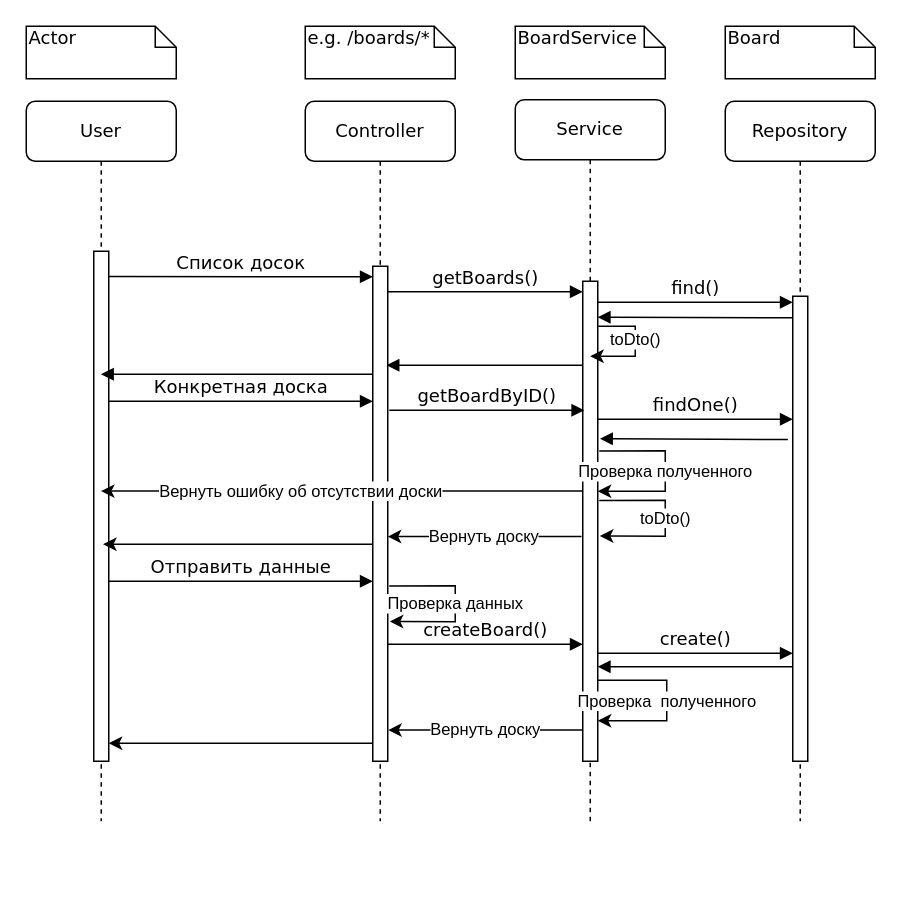
The draw.io diagram sequence.drawio in StanEkso/kanban-projecting, before the edit. Source tidied: cells renumbered, new cells numbered last; positions are measured from the earlier drawing's top-left corner, leaving out a move shared by most shapes. Both pictures are drawn from the tidied source at 150%, with x=0, y=0 at pixel (26, 26).
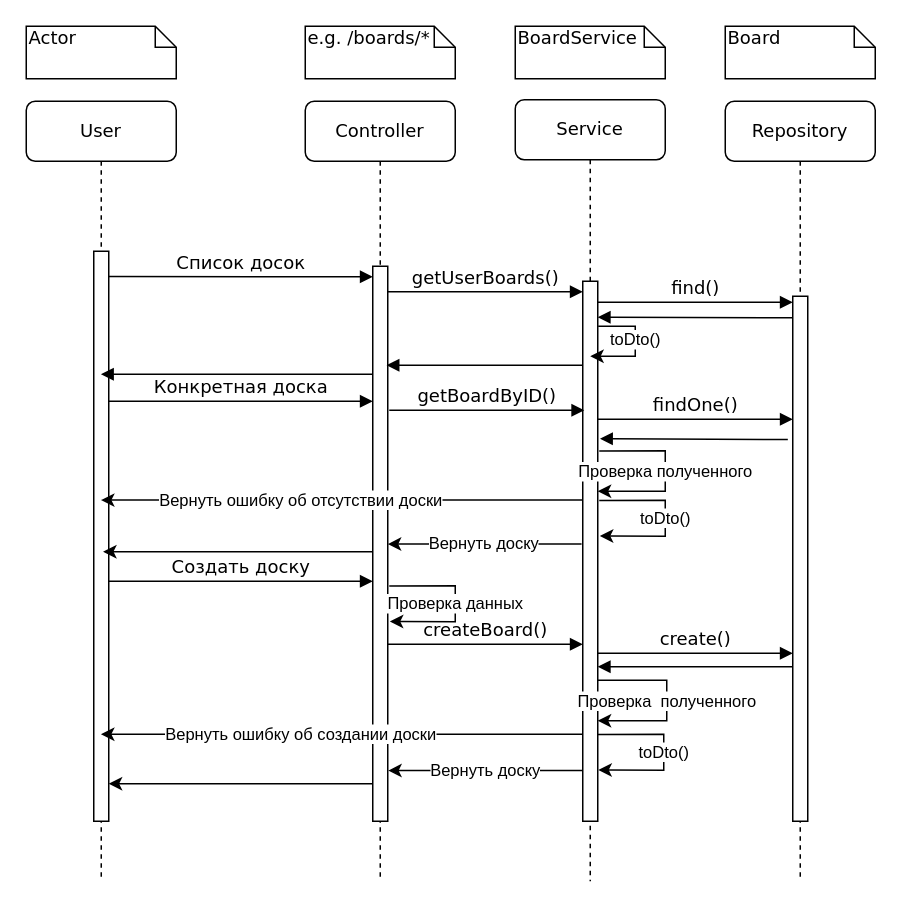
Above is the later version.

Commit message:
fix: timelines & etc.

The edit, as a diff of the source:
```diff
@@
     <mxCell id="2" value="Controller" style="shape=umlLifeline;perimeter=lifelinePerimeter;whiteSpace=wrap;html=1;rounded=1;shadow=0;comic=0;labelBackgroundColor=none;strokeWidth=1;fontFamily=Verdana;fontSize=12;align=center;" parent="1" vertex="1">
-      <mxGeometry x="186" y="50" width="100" height="480" as="geometry" />
+      <mxGeometry x="186" y="50" width="100" height="520" as="geometry" />
     </mxCell>
     <mxCell id="3" style="html=1;points=[];perimeter=orthogonalPerimeter;rounded=0;shadow=0;comic=0;labelBackgroundColor=none;strokeWidth=1;fontFamily=Verdana;fontSize=12;align=center;" parent="2" vertex="1">
-      <mxGeometry x="45" y="110" width="10" height="330" as="geometry" />
+      <mxGeometry x="45" y="110" width="10" height="370" as="geometry" />
     </mxCell>
     <mxCell id="4" value="Service" style="shape=umlLifeline;perimeter=lifelinePerimeter;whiteSpace=wrap;html=1;rounded=1;shadow=0;comic=0;labelBackgroundColor=none;strokeWidth=1;fontFamily=Verdana;fontSize=12;align=center;" parent="1" vertex="1">
-      <mxGeometry x="326" y="49" width="100" height="481" as="geometry" />
+      <mxGeometry x="326" y="49" width="100" height="521" as="geometry" />
     </mxCell>
@@
+    <mxCell id="38" value="toDto()" style="endArrow=classic;html=1;rounded=0;exitX=1.1;exitY=0.736;exitDx=0;exitDy=0;exitPerimeter=0;entryX=1.144;entryY=0.978;entryDx=0;entryDy=0;entryPerimeter=0;" parent="4" edge="1">
+      <mxGeometry relative="1" as="geometry">
+        <mxPoint x="55" y="423.1" as="sourcePoint" />
+        <mxPoint x="55.4" y="446.8" as="targetPoint" />
+        <Array as="points">
+          <mxPoint x="99" y="423" />
+          <mxPoint x="99" y="447" />
+        </Array>
+      </mxGeometry>
+    </mxCell>
     <mxCell id="6" value="Repository" style="shape=umlLifeline;perimeter=lifelinePerimeter;whiteSpace=wrap;html=1;rounded=1;shadow=0;comic=0;labelBackgroundColor=none;strokeWidth=1;fontFamily=Verdana;fontSize=12;align=center;" parent="1" vertex="1">
-      <mxGeometry x="466" y="50" width="100" height="480" as="geometry" />
+      <mxGeometry x="466" y="50" width="100" height="520" as="geometry" />
     </mxCell>
     <mxCell id="7" value="User" style="shape=umlLifeline;perimeter=lifelinePerimeter;whiteSpace=wrap;html=1;rounded=1;shadow=0;comic=0;labelBackgroundColor=none;strokeWidth=1;fontFamily=Verdana;fontSize=12;align=center;" parent="1" vertex="1">
-      <mxGeometry y="50" width="100" height="480" as="geometry" />
+      <mxGeometry y="50" width="100" height="520" as="geometry" />
     </mxCell>
     <mxCell id="8" style="html=1;points=[];perimeter=orthogonalPerimeter;rounded=0;shadow=0;comic=0;labelBackgroundColor=none;strokeWidth=1;fontFamily=Verdana;fontSize=12;align=center;" parent="7" vertex="1">
-      <mxGeometry x="45" y="100" width="10" height="340" as="geometry" />
+      <mxGeometry x="45" y="100" width="10" height="380" as="geometry" />
     </mxCell>
     <mxCell id="9" style="html=1;points=[];perimeter=orthogonalPerimeter;rounded=0;shadow=0;comic=0;labelBackgroundColor=none;strokeWidth=1;fontFamily=Verdana;fontSize=12;align=center;" parent="1" vertex="1">
-      <mxGeometry x="371" y="170" width="10" height="320" as="geometry" />
+      <mxGeometry x="371" y="170" width="10" height="360" as="geometry" />
     </mxCell>
-    <mxCell id="10" value="getBoards()" style="html=1;verticalAlign=bottom;endArrow=block;labelBackgroundColor=none;fontFamily=Verdana;fontSize=12;edgeStyle=elbowEdgeStyle;elbow=vertical;" parent="1" edge="1">
+    <mxCell id="10" value="getUserBoards()" style="html=1;verticalAlign=bottom;endArrow=block;labelBackgroundColor=none;fontFamily=Verdana;fontSize=12;edgeStyle=elbowEdgeStyle;elbow=vertical;" parent="1" edge="1">
       <mxGeometry relative="1" as="geometry">
         <mxPoint x="241" y="177" as="sourcePoint" />
         <mxPoint x="371" y="177" as="targetPoint" />
         <Array as="points">
           <mxPoint x="246" y="177" />
         </Array>
       </mxGeometry>
     </mxCell>
     <mxCell id="11" style="html=1;perimeter=orthogonalPerimeter;rounded=0;shadow=0;comic=0;labelBackgroundColor=none;strokeWidth=1;fontFamily=Verdana;fontSize=12;align=center;" parent="1" vertex="1">
-      <mxGeometry x="511" y="180" width="10" height="310" as="geometry" />
+      <mxGeometry x="511" y="180" width="10" height="350" as="geometry" />
     </mxCell>
@@
     <mxCell id="27" value="Вернуть доску" style="endArrow=classic;html=1;rounded=0;exitX=-0.18;exitY=0.866;exitDx=0;exitDy=0;exitPerimeter=0;" parent="1" edge="1">
       <mxGeometry relative="1" as="geometry">
-        <mxPoint x="370.2" y="340.2" as="sourcePoint" />
-        <mxPoint x="241" y="340.2" as="targetPoint" />
+        <mxPoint x="370.2" y="345.2" as="sourcePoint" />
+        <mxPoint x="241" y="345.2" as="targetPoint" />
       </mxGeometry>
     </mxCell>
-    <mxCell id="28" style="endArrow=classic;html=1;rounded=0;" parent="1" edge="1" source="3">
+    <mxCell id="28" style="endArrow=classic;html=1;rounded=0;" parent="1" edge="1">
       <mxGeometry relative="1" as="geometry">
-        <mxPoint x="51.2" y="345.3" as="targetPoint" />
+        <mxPoint x="231" y="350.3" as="sourcePoint" />
+        <mxPoint x="51.2" y="350.3" as="targetPoint" />
       </mxGeometry>
     </mxCell>
-    <mxCell id="29" value="Вернуть ошибку об отсутствии доски" style="endArrow=classic;html=1;rounded=0;" parent="1" edge="1" source="9">
+    <mxCell id="29" value="Вернуть ошибку об отсутствии доски" style="endArrow=classic;html=1;rounded=0;" parent="1" edge="1">
       <mxGeometry x="0.17" relative="1" as="geometry">
-        <mxPoint x="49.8" y="309.9" as="targetPoint" />
+        <mxPoint x="371" y="315.9" as="sourcePoint" />
+        <mxPoint x="49.8" y="315.9" as="targetPoint" />
       </mxGeometry>
     </mxCell>
-    <mxCell id="30" value="Отправить данные" style="html=1;verticalAlign=bottom;endArrow=block;labelBackgroundColor=none;fontFamily=Verdana;fontSize=12;edgeStyle=elbowEdgeStyle;elbow=vertical;" parent="1" edge="1">
+    <mxCell id="30" value="Создать доску" style="html=1;verticalAlign=bottom;endArrow=block;labelBackgroundColor=none;fontFamily=Verdana;fontSize=12;edgeStyle=elbowEdgeStyle;elbow=vertical;" parent="1" edge="1">
       <mxGeometry relative="1" as="geometry">
         <mxPoint x="55" y="370" as="sourcePoint" />
         <mxPoint x="231" y="370" as="targetPoint" />
         <Array as="points">
           <mxPoint x="150" y="370" />
         </Array>
       </mxGeometry>
     </mxCell>
@@
     <mxCell id="36" value="Вернуть доску" style="endArrow=classic;html=1;rounded=0;entryX=1.034;entryY=0.949;entryDx=0;entryDy=0;entryPerimeter=0;" parent="1" edge="1">
       <mxGeometry relative="1" as="geometry">
-        <mxPoint x="371" y="469.2" as="sourcePoint" />
-        <mxPoint x="241.3" y="469.2" as="targetPoint" />
+        <mxPoint x="371" y="496.2" as="sourcePoint" />
+        <mxPoint x="241.3" y="496.2" as="targetPoint" />
       </mxGeometry>
     </mxCell>
     <mxCell id="37" style="endArrow=classic;html=1;rounded=0;" parent="1" edge="1">
       <mxGeometry relative="1" as="geometry">
-        <mxPoint x="231" y="478" as="sourcePoint" />
-        <mxPoint x="55" y="478" as="targetPoint" />
+        <mxPoint x="231" y="505" as="sourcePoint" />
+        <mxPoint x="55" y="505" as="targetPoint" />
       </mxGeometry>
     </mxCell>
+    <mxCell id="39" value="Вернуть ошибку об создании доски" style="endArrow=classic;html=1;rounded=0;" parent="1" edge="1">
+      <mxGeometry x="0.17" relative="1" as="geometry">
+        <mxPoint x="371" y="472" as="sourcePoint" />
+        <mxPoint x="49.8" y="472" as="targetPoint" />
+      </mxGeometry>
+    </mxCell>
```
